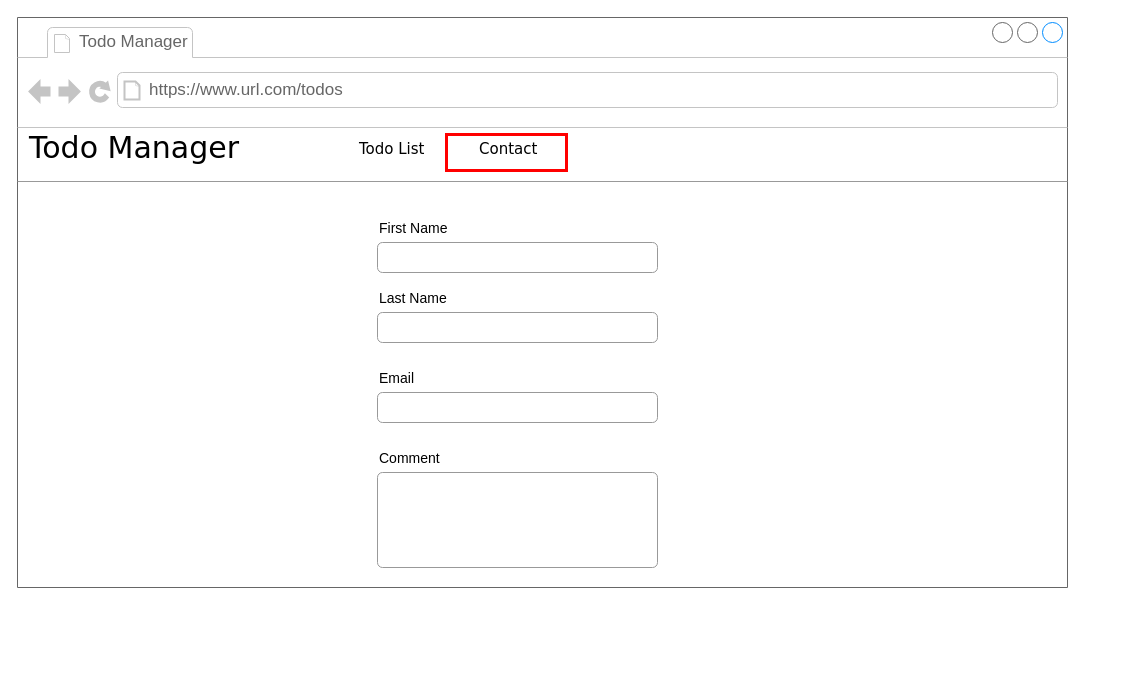
The draw.io diagram page "PC Contact" (2 of 3) of design-documents/Wireframes.drawio in Silverbelly/SE-Bootcamp-Project3, before the edit. Source tidied: cells renumbered, new cells numbered last; positions are measured from the earlier drawing's top-left corner, leaving out a move shared by most shapes. Both pictures are drawn from the tidied source at 100%, with x=0, y=0 at pixel (17, 17).
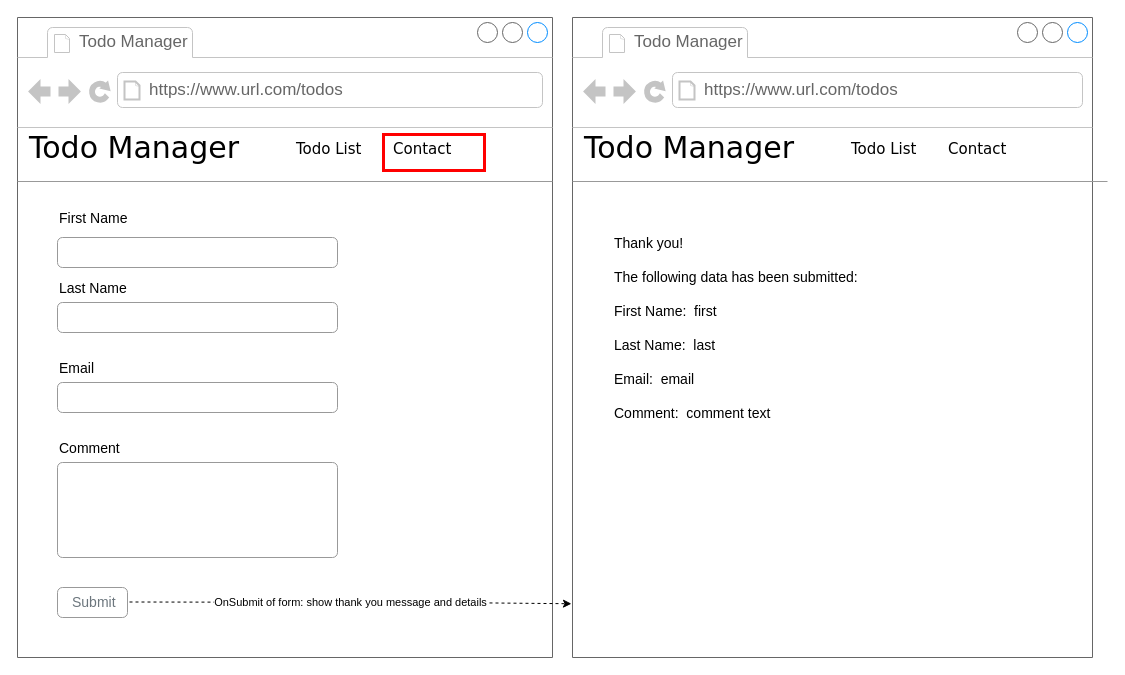
The same diagram, later.

Change to the diagram source:
```diff
@@
     <mxCell id="2" style="strokeWidth=1;shadow=0;dashed=0;align=center;html=1;shape=mxgraph.mockup.containers.browserWindow;rSize=0;strokeColor=#666666;mainText=,;rounded=0;labelBackgroundColor=none;fontFamily=Verdana;fontSize=9;" parent="1" vertex="1">
-      <mxGeometry width="1050" height="570" as="geometry" />
+      <mxGeometry width="535" height="640" as="geometry" />
     </mxCell>
@@
     <mxCell id="6" value="Todo List" style="text;html=1;align=left;verticalAlign=top;spacingTop=-4;fontSize=15;fontFamily=Verdana;" parent="2" vertex="1">
-      <mxGeometry x="340" y="120" width="100" height="30" as="geometry" />
+      <mxGeometry x="277" y="120" width="100" height="30" as="geometry" />
     </mxCell>
     <mxCell id="7" value="Contact" style="text;html=1;align=left;verticalAlign=top;spacingTop=-4;fontSize=15;fontFamily=Verdana;" parent="2" vertex="1">
-      <mxGeometry x="460" y="120" width="90" height="30" as="geometry" />
+      <mxGeometry x="374" y="120" width="90" height="30" as="geometry" />
     </mxCell>
     <mxCell id="8" style="verticalLabelPosition=bottom;shadow=0;dashed=0;align=center;html=1;verticalAlign=top;strokeWidth=1;shape=mxgraph.mockup.markup.line;strokeColor=#999999;rounded=0;labelBackgroundColor=none;fillColor=#ffffff;fontFamily=Verdana;fontSize=12;fontColor=#000000;" parent="2" vertex="1">
-      <mxGeometry y="154" width="1050" height="20" as="geometry" />
+      <mxGeometry y="154" width="535" height="20" as="geometry" />
     </mxCell>
     <mxCell id="9" style="rounded=0;whiteSpace=wrap;html=1;strokeColor=light-dark(#ff0000, #ededed);fillColor=none;strokeWidth=3;" parent="2" vertex="1">
-      <mxGeometry x="429" y="117" width="120" height="36" as="geometry" />
+      <mxGeometry x="366" y="117" width="101" height="36" as="geometry" />
     </mxCell>
     <mxCell id="10" value="First Name" style="fillColor=none;strokeColor=none;align=left;fontSize=14;" parent="2" vertex="1">
-      <mxGeometry x="360" y="190" width="260" height="40" as="geometry" />
+      <mxGeometry x="40" y="180" width="260" height="40" as="geometry" />
     </mxCell>
     <mxCell id="11" style="html=1;shadow=0;dashed=0;shape=mxgraph.bootstrap.rrect;rSize=5;fillColor=none;strokeColor=#999999;align=left;spacing=15;fontSize=14;fontColor=#6C767D;" parent="2" vertex="1">
-      <mxGeometry x="360" y="225" width="280" height="30" as="geometry" />
+      <mxGeometry x="40" y="220" width="280" height="30" as="geometry" />
     </mxCell>
     <mxCell id="12" value="Last Name" style="fillColor=none;strokeColor=none;align=left;fontSize=14;" parent="2" vertex="1">
-      <mxGeometry x="360" y="260" width="260" height="40" as="geometry" />
+      <mxGeometry x="40" y="250" width="260" height="40" as="geometry" />
     </mxCell>
     <mxCell id="13" style="html=1;shadow=0;dashed=0;shape=mxgraph.bootstrap.rrect;rSize=5;fillColor=none;strokeColor=#999999;align=left;spacing=15;fontSize=14;fontColor=#6C767D;" parent="2" vertex="1">
-      <mxGeometry x="360" y="295" width="280" height="30" as="geometry" />
+      <mxGeometry x="40" y="285" width="280" height="30" as="geometry" />
     </mxCell>
     <mxCell id="14" value="Email" style="fillColor=none;strokeColor=none;align=left;fontSize=14;" parent="2" vertex="1">
-      <mxGeometry x="360" y="340" width="260" height="40" as="geometry" />
+      <mxGeometry x="40" y="330" width="260" height="40" as="geometry" />
     </mxCell>
     <mxCell id="15" style="html=1;shadow=0;dashed=0;shape=mxgraph.bootstrap.rrect;rSize=5;fillColor=none;strokeColor=#999999;align=left;spacing=15;fontSize=14;fontColor=#6C767D;" parent="2" vertex="1">
-      <mxGeometry x="360" y="375" width="280" height="30" as="geometry" />
+      <mxGeometry x="40" y="365" width="280" height="30" as="geometry" />
     </mxCell>
     <mxCell id="16" value="Comment" style="fillColor=none;strokeColor=none;align=left;fontSize=14;" parent="2" vertex="1">
-      <mxGeometry x="360" y="420" width="260" height="40" as="geometry" />
+      <mxGeometry x="40" y="410" width="260" height="40" as="geometry" />
     </mxCell>
     <mxCell id="17" style="html=1;shadow=0;dashed=0;shape=mxgraph.bootstrap.rrect;rSize=5;fillColor=none;strokeColor=#999999;align=left;spacing=15;fontSize=14;fontColor=#6C767D;" parent="2" vertex="1">
-      <mxGeometry x="360" y="455" width="280" height="95" as="geometry" />
+      <mxGeometry x="40" y="445" width="280" height="95" as="geometry" />
     </mxCell>
+    <mxCell id="18" value="Submit" style="html=1;shadow=0;dashed=0;shape=mxgraph.bootstrap.rrect;rSize=5;fillColor=none;strokeColor=#999999;align=left;spacing=15;fontSize=14;fontColor=#6C767D;" parent="2" vertex="1">
+      <mxGeometry x="40" y="570" width="70" height="30" as="geometry" />
+    </mxCell>
+    <mxCell id="19" value="OnSubmit of form: show thank you message and details" style="endArrow=classic;html=1;rounded=0;dashed=1;entryX=-0.002;entryY=0.916;entryDx=0;entryDy=0;entryPerimeter=0;" parent="2" edge="1" target="20">
+      <mxGeometry relative="1" as="geometry">
+        <mxPoint x="112" y="584.5" as="sourcePoint" />
+        <Array as="points">
+          <mxPoint x="425" y="585" />
+        </Array>
+      </mxGeometry>
+    </mxCell>
+    <mxCell id="20" style="strokeWidth=1;shadow=0;dashed=0;align=center;html=1;shape=mxgraph.mockup.containers.browserWindow;rSize=0;strokeColor=#666666;mainText=,;rounded=0;labelBackgroundColor=none;fontFamily=Verdana;fontSize=9;" parent="1" vertex="1">
+      <mxGeometry x="555" width="520" height="640" as="geometry" />
+    </mxCell>
+    <mxCell id="21" value="Todo Manager" style="strokeWidth=1;shadow=0;dashed=0;align=center;html=1;shape=mxgraph.mockup.containers.anchor;fontSize=17;fontColor=#666666;align=left;" parent="20" vertex="1">
+      <mxGeometry x="60" y="12" width="110" height="26" as="geometry" />
+    </mxCell>
+    <mxCell id="22" value="https://www.url.com/todos" style="strokeWidth=1;shadow=0;dashed=0;align=center;html=1;shape=mxgraph.mockup.containers.anchor;rSize=0;fontSize=17;fontColor=#666666;align=left;" parent="20" vertex="1">
+      <mxGeometry x="130" y="60" width="250" height="26" as="geometry" />
+    </mxCell>
+    <mxCell id="23" value="Todo Manager" style="text;html=1;align=left;verticalAlign=top;spacingTop=-4;fontSize=30;fontFamily=Verdana;" parent="20" vertex="1">
+      <mxGeometry x="10" y="110" width="340" height="50" as="geometry" />
+    </mxCell>
+    <mxCell id="24" value="Todo List" style="text;html=1;align=left;verticalAlign=top;spacingTop=-4;fontSize=15;fontFamily=Verdana;" parent="20" vertex="1">
+      <mxGeometry x="277" y="120" width="100" height="30" as="geometry" />
+    </mxCell>
+    <mxCell id="25" value="Contact" style="text;html=1;align=left;verticalAlign=top;spacingTop=-4;fontSize=15;fontFamily=Verdana;" parent="20" vertex="1">
+      <mxGeometry x="374" y="120" width="90" height="30" as="geometry" />
+    </mxCell>
+    <mxCell id="26" style="verticalLabelPosition=bottom;shadow=0;dashed=0;align=center;html=1;verticalAlign=top;strokeWidth=1;shape=mxgraph.mockup.markup.line;strokeColor=#999999;rounded=0;labelBackgroundColor=none;fillColor=#ffffff;fontFamily=Verdana;fontSize=12;fontColor=#000000;" parent="20" vertex="1">
+      <mxGeometry y="154" width="535" height="20" as="geometry" />
+    </mxCell>
+    <mxCell id="27" value="Thank you!&#10;&#10;The following data has been submitted:&#10;&#10;First Name:  first&#10;&#10;Last Name:  last&#10;&#10;Email:  email&#10;&#10;Comment:  comment text" style="fillColor=none;strokeColor=none;align=left;fontSize=14;" parent="20" vertex="1">
+      <mxGeometry x="40" y="180" width="260" height="260" as="geometry" />
+    </mxCell>
```
